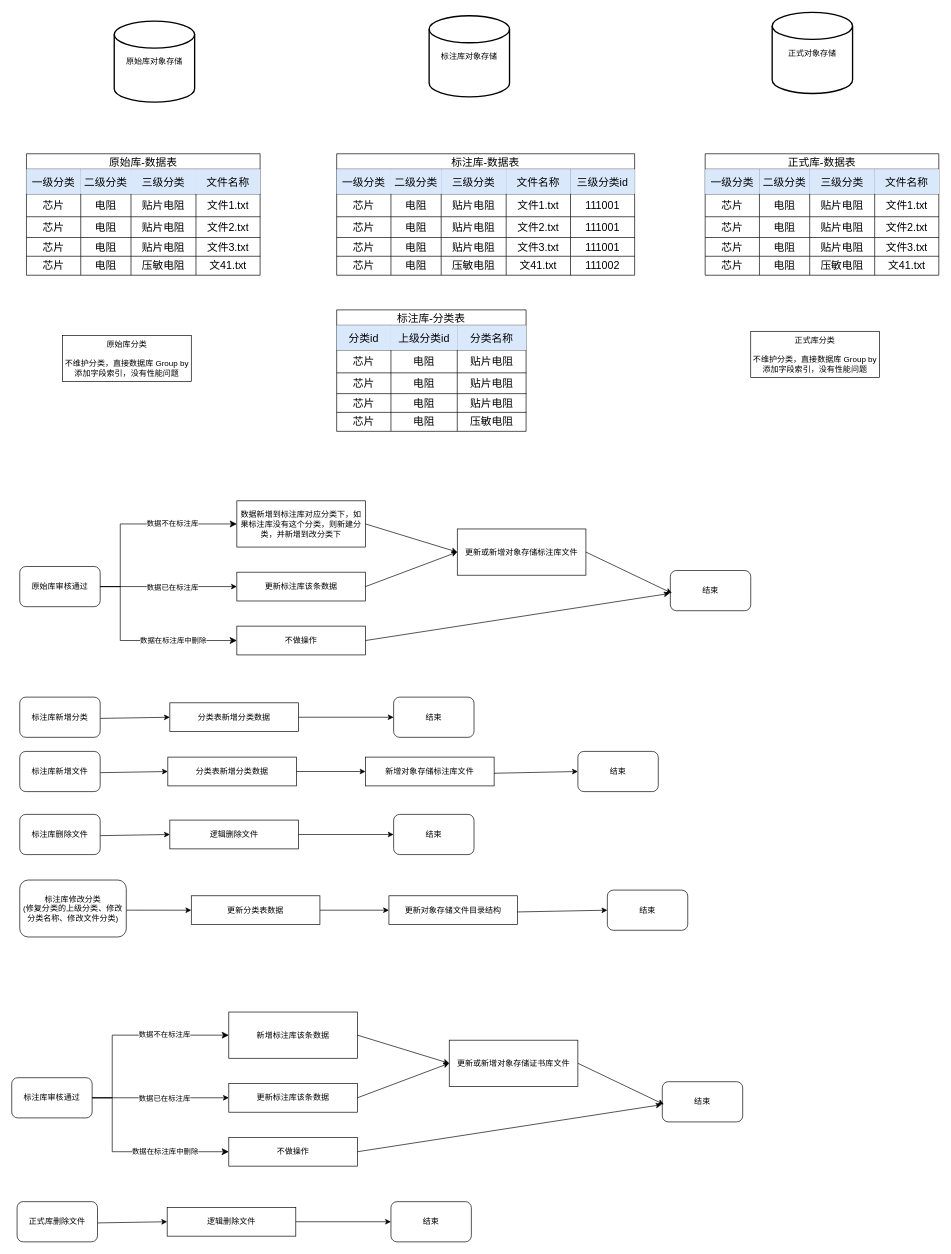
The draw.io diagram example.drawio in MuggleStar/draw_io, before the edit. Source tidied: cells renumbered, new cells numbered last; positions are measured from the earlier drawing's top-left corner, leaving out a move shared by most shapes. Both pictures are drawn from the tidied source at 67%, with x=0, y=0 at pixel (11, 12).
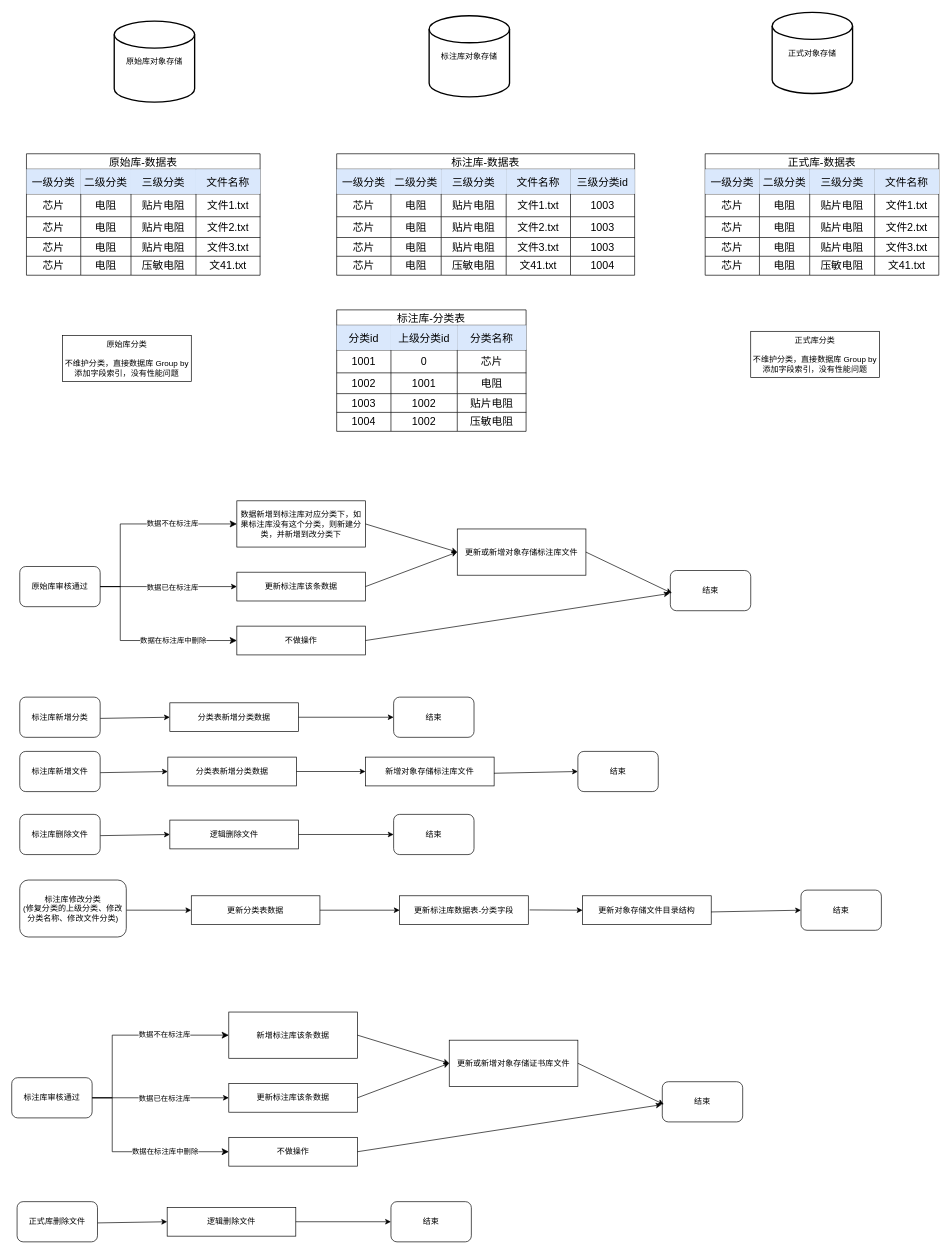
The same page after the edit.

Unchanged cells that the change refers to:
```xml
<mxCell id="35" style="shape=tableRow;horizontal=0;startSize=0;swimlaneHead=0;swimlaneBody=0;strokeColor=inherit;top=0;left=0;bottom=0;right=0;fillColor=none;fontSize=16;" parent="28" vertex="1">
  <mxGeometry y="60" width="444.7" height="34" as="geometry" />
</mxCell>
<mxCell id="41" style="shape=tableRow;horizontal=0;startSize=0;swimlaneHead=0;swimlaneBody=0;strokeColor=inherit;top=0;left=0;bottom=0;right=0;fillColor=none;fontSize=16;" parent="28" vertex="1">
  <mxGeometry y="94" width="444.7" height="31" as="geometry" />
</mxCell>
<mxCell id="47" style="shape=tableRow;horizontal=0;startSize=0;swimlaneHead=0;swimlaneBody=0;strokeColor=inherit;top=0;left=0;bottom=0;right=0;fillColor=none;fontSize=16;" parent="28" vertex="1">
  <mxGeometry y="125" width="444.7" height="28" as="geometry" />
</mxCell>
<mxCell id="53" style="shape=tableRow;horizontal=0;startSize=0;swimlaneHead=0;swimlaneBody=0;strokeColor=inherit;top=0;left=0;bottom=0;right=0;fillColor=none;fontSize=16;" parent="28" vertex="1">
  <mxGeometry y="153" width="444.7" height="28" as="geometry" />
</mxCell>
<mxCell id="90" style="shape=tableRow;horizontal=0;startSize=0;swimlaneHead=0;swimlaneBody=0;strokeColor=inherit;top=0;left=0;bottom=0;right=0;fillColor=none;fontSize=16;" parent="85" vertex="1">
  <mxGeometry y="60" width="282.7" height="34" as="geometry" />
</mxCell>
<mxCell id="94" style="shape=tableRow;horizontal=0;startSize=0;swimlaneHead=0;swimlaneBody=0;strokeColor=inherit;top=0;left=0;bottom=0;right=0;fillColor=none;fontSize=16;" parent="85" vertex="1">
  <mxGeometry y="94" width="282.7" height="31" as="geometry" />
</mxCell>
<mxCell id="98" style="shape=tableRow;horizontal=0;startSize=0;swimlaneHead=0;swimlaneBody=0;strokeColor=inherit;top=0;left=0;bottom=0;right=0;fillColor=none;fontSize=16;" parent="85" vertex="1">
  <mxGeometry y="125" width="282.7" height="28" as="geometry" />
</mxCell>
<mxCell id="102" style="shape=tableRow;horizontal=0;startSize=0;swimlaneHead=0;swimlaneBody=0;strokeColor=inherit;top=0;left=0;bottom=0;right=0;fillColor=none;fontSize=16;" parent="85" vertex="1">
  <mxGeometry y="153" width="282.7" height="28" as="geometry" />
</mxCell>
<mxCell id="135" value="更新分类表数据" style="rounded=0;whiteSpace=wrap;html=1;" parent="1" vertex="1">
  <mxGeometry x="268" y="1318.5" width="192" height="43" as="geometry" />
</mxCell>
```

Diff of the diagram source:
```diff
@@
-    <mxCell id="40" value="111001" style="shape=partialRectangle;html=1;whiteSpace=wrap;strokeColor=inherit;overflow=hidden;fillColor=none;top=0;left=0;bottom=0;right=0;fontSize=16;" parent="35" vertex="1">
+    <mxCell id="40" value="1003" style="shape=partialRectangle;html=1;whiteSpace=wrap;strokeColor=inherit;overflow=hidden;fillColor=none;top=0;left=0;bottom=0;right=0;fontSize=16;" parent="35" vertex="1">
       <mxGeometry x="349" width="96" height="34" as="geometry" />
     </mxCell>
@@
-    <mxCell id="46" value="111001" style="shape=partialRectangle;html=1;whiteSpace=wrap;strokeColor=inherit;overflow=hidden;fillColor=none;top=0;left=0;bottom=0;right=0;fontSize=16;" parent="41" vertex="1">
+    <mxCell id="46" value="1003" style="shape=partialRectangle;html=1;whiteSpace=wrap;strokeColor=inherit;overflow=hidden;fillColor=none;top=0;left=0;bottom=0;right=0;fontSize=16;" parent="41" vertex="1">
       <mxGeometry x="349" width="96" height="31" as="geometry" />
     </mxCell>
@@
-    <mxCell id="52" value="111001" style="shape=partialRectangle;html=1;whiteSpace=wrap;strokeColor=inherit;overflow=hidden;fillColor=none;top=0;left=0;bottom=0;right=0;fontSize=16;" parent="47" vertex="1">
+    <mxCell id="52" value="1003" style="shape=partialRectangle;html=1;whiteSpace=wrap;strokeColor=inherit;overflow=hidden;fillColor=none;top=0;left=0;bottom=0;right=0;fontSize=16;" parent="47" vertex="1">
       <mxGeometry x="349" width="96" height="28" as="geometry" />
     </mxCell>
@@
-    <mxCell id="58" value="111002" style="shape=partialRectangle;html=1;whiteSpace=wrap;strokeColor=inherit;overflow=hidden;fillColor=none;top=0;left=0;bottom=0;right=0;fontSize=16;" parent="53" vertex="1">
+    <mxCell id="58" value="1004" style="shape=partialRectangle;html=1;whiteSpace=wrap;strokeColor=inherit;overflow=hidden;fillColor=none;top=0;left=0;bottom=0;right=0;fontSize=16;" parent="53" vertex="1">
       <mxGeometry x="349" width="96" height="28" as="geometry" />
     </mxCell>
@@
-    <mxCell id="91" value="芯片" style="shape=partialRectangle;html=1;whiteSpace=wrap;strokeColor=inherit;overflow=hidden;fillColor=none;top=0;left=0;bottom=0;right=0;fontSize=16;" parent="90" vertex="1">
+    <mxCell id="91" value="1001" style="shape=partialRectangle;html=1;whiteSpace=wrap;strokeColor=inherit;overflow=hidden;fillColor=none;top=0;left=0;bottom=0;right=0;fontSize=16;" parent="90" vertex="1">
       <mxGeometry width="81" height="34" as="geometry" />
     </mxCell>
-    <mxCell id="92" value="电阻" style="shape=partialRectangle;html=1;whiteSpace=wrap;strokeColor=inherit;overflow=hidden;fillColor=none;top=0;left=0;bottom=0;right=0;fontSize=16;" parent="90" vertex="1">
+    <mxCell id="92" value="0" style="shape=partialRectangle;html=1;whiteSpace=wrap;strokeColor=inherit;overflow=hidden;fillColor=none;top=0;left=0;bottom=0;right=0;fontSize=16;" parent="90" vertex="1">
       <mxGeometry x="81" width="99" height="34" as="geometry" />
     </mxCell>
-    <mxCell id="93" value="贴片电阻" style="shape=partialRectangle;html=1;whiteSpace=wrap;strokeColor=inherit;overflow=hidden;fillColor=none;top=0;left=0;bottom=0;right=0;fontSize=16;" parent="90" vertex="1">
+    <mxCell id="93" value="芯片" style="shape=partialRectangle;html=1;whiteSpace=wrap;strokeColor=inherit;overflow=hidden;fillColor=none;top=0;left=0;bottom=0;right=0;fontSize=16;" parent="90" vertex="1">
       <mxGeometry x="180" width="103" height="34" as="geometry" />
     </mxCell>
@@
-    <mxCell id="95" value="芯片" style="shape=partialRectangle;html=1;whiteSpace=wrap;strokeColor=inherit;overflow=hidden;fillColor=none;top=0;left=0;bottom=0;right=0;fontSize=16;" parent="94" vertex="1">
+    <mxCell id="95" value="1002" style="shape=partialRectangle;html=1;whiteSpace=wrap;strokeColor=inherit;overflow=hidden;fillColor=none;top=0;left=0;bottom=0;right=0;fontSize=16;" parent="94" vertex="1">
       <mxGeometry width="81" height="31" as="geometry" />
     </mxCell>
-    <mxCell id="96" value="电阻" style="shape=partialRectangle;html=1;whiteSpace=wrap;strokeColor=inherit;overflow=hidden;fillColor=none;top=0;left=0;bottom=0;right=0;fontSize=16;" parent="94" vertex="1">
+    <mxCell id="96" value="1001" style="shape=partialRectangle;html=1;whiteSpace=wrap;strokeColor=inherit;overflow=hidden;fillColor=none;top=0;left=0;bottom=0;right=0;fontSize=16;" parent="94" vertex="1">
       <mxGeometry x="81" width="99" height="31" as="geometry" />
     </mxCell>
-    <mxCell id="97" value="贴片电阻" style="shape=partialRectangle;html=1;whiteSpace=wrap;strokeColor=inherit;overflow=hidden;fillColor=none;top=0;left=0;bottom=0;right=0;fontSize=16;" parent="94" vertex="1">
+    <mxCell id="97" value="电阻" style="shape=partialRectangle;html=1;whiteSpace=wrap;strokeColor=inherit;overflow=hidden;fillColor=none;top=0;left=0;bottom=0;right=0;fontSize=16;" parent="94" vertex="1">
       <mxGeometry x="180" width="103" height="31" as="geometry" />
     </mxCell>
@@
-    <mxCell id="99" value="芯片" style="shape=partialRectangle;html=1;whiteSpace=wrap;strokeColor=inherit;overflow=hidden;fillColor=none;top=0;left=0;bottom=0;right=0;fontSize=16;" parent="98" vertex="1">
+    <mxCell id="99" value="1003" style="shape=partialRectangle;html=1;whiteSpace=wrap;strokeColor=inherit;overflow=hidden;fillColor=none;top=0;left=0;bottom=0;right=0;fontSize=16;" parent="98" vertex="1">
       <mxGeometry width="81" height="28" as="geometry" />
     </mxCell>
-    <mxCell id="100" value="电阻" style="shape=partialRectangle;html=1;whiteSpace=wrap;strokeColor=inherit;overflow=hidden;fillColor=none;top=0;left=0;bottom=0;right=0;fontSize=16;" parent="98" vertex="1">
+    <mxCell id="100" value="1002" style="shape=partialRectangle;html=1;whiteSpace=wrap;strokeColor=inherit;overflow=hidden;fillColor=none;top=0;left=0;bottom=0;right=0;fontSize=16;" parent="98" vertex="1">
       <mxGeometry x="81" width="99" height="28" as="geometry" />
     </mxCell>
@@
-    <mxCell id="103" value="芯片" style="shape=partialRectangle;html=1;whiteSpace=wrap;strokeColor=inherit;overflow=hidden;fillColor=none;top=0;left=0;bottom=0;right=0;fontSize=16;" parent="102" vertex="1">
+    <mxCell id="103" value="1004" style="shape=partialRectangle;html=1;whiteSpace=wrap;strokeColor=inherit;overflow=hidden;fillColor=none;top=0;left=0;bottom=0;right=0;fontSize=16;" parent="102" vertex="1">
       <mxGeometry width="81" height="28" as="geometry" />
     </mxCell>
-    <mxCell id="104" value="电阻" style="shape=partialRectangle;html=1;whiteSpace=wrap;strokeColor=inherit;overflow=hidden;fillColor=none;top=0;left=0;bottom=0;right=0;fontSize=16;" parent="102" vertex="1">
+    <mxCell id="104" value="1002" style="shape=partialRectangle;html=1;whiteSpace=wrap;strokeColor=inherit;overflow=hidden;fillColor=none;top=0;left=0;bottom=0;right=0;fontSize=16;" parent="102" vertex="1">
       <mxGeometry x="81" width="99" height="28" as="geometry" />
     </mxCell>
@@
     <mxCell id="137" value="结束" style="rounded=1;whiteSpace=wrap;html=1;" parent="1" vertex="1">
-      <mxGeometry x="889" y="1310" width="120" height="60" as="geometry" />
+      <mxGeometry x="1178" y="1310" width="120" height="60" as="geometry" />
     </mxCell>
-    <mxCell id="138" style="endArrow=classic;html=1;rounded=0;exitX=1;exitY=0.5;exitDx=0;exitDy=0;entryX=0;entryY=0.5;entryDx=0;entryDy=0;" parent="1" edge="1" source="135" target="139">
+    <mxCell id="138" style="endArrow=classic;html=1;rounded=0;exitX=1;exitY=0.5;exitDx=0;exitDy=0;entryX=0;entryY=0.5;entryDx=0;entryDy=0;" parent="1" edge="1" source="135" target="172">
       <mxGeometry relative="1" as="geometry" />
     </mxCell>
     <mxCell id="139" value="更新对象存储文件目录结构" style="rounded=0;whiteSpace=wrap;html=1;" parent="1" vertex="1">
-      <mxGeometry x="563" y="1318.5" width="192" height="43" as="geometry" />
+      <mxGeometry x="852" y="1318.5" width="192" height="43" as="geometry" />
     </mxCell>
@@
+    <mxCell id="172" value="更新标注库数据表-分类字段" style="rounded=0;whiteSpace=wrap;html=1;" parent="1" vertex="1">
+      <mxGeometry x="579" y="1318.5" width="192" height="43" as="geometry" />
+    </mxCell>
+    <mxCell id="173" style="endArrow=classic;html=1;rounded=0;exitX=1;exitY=0.5;exitDx=0;exitDy=0;entryX=0;entryY=0.5;entryDx=0;entryDy=0;" parent="1" edge="1" target="139">
+      <mxGeometry relative="1" as="geometry">
+        <mxPoint x="773" y="1339.6" as="sourcePoint" />
+      </mxGeometry>
+    </mxCell>
```
